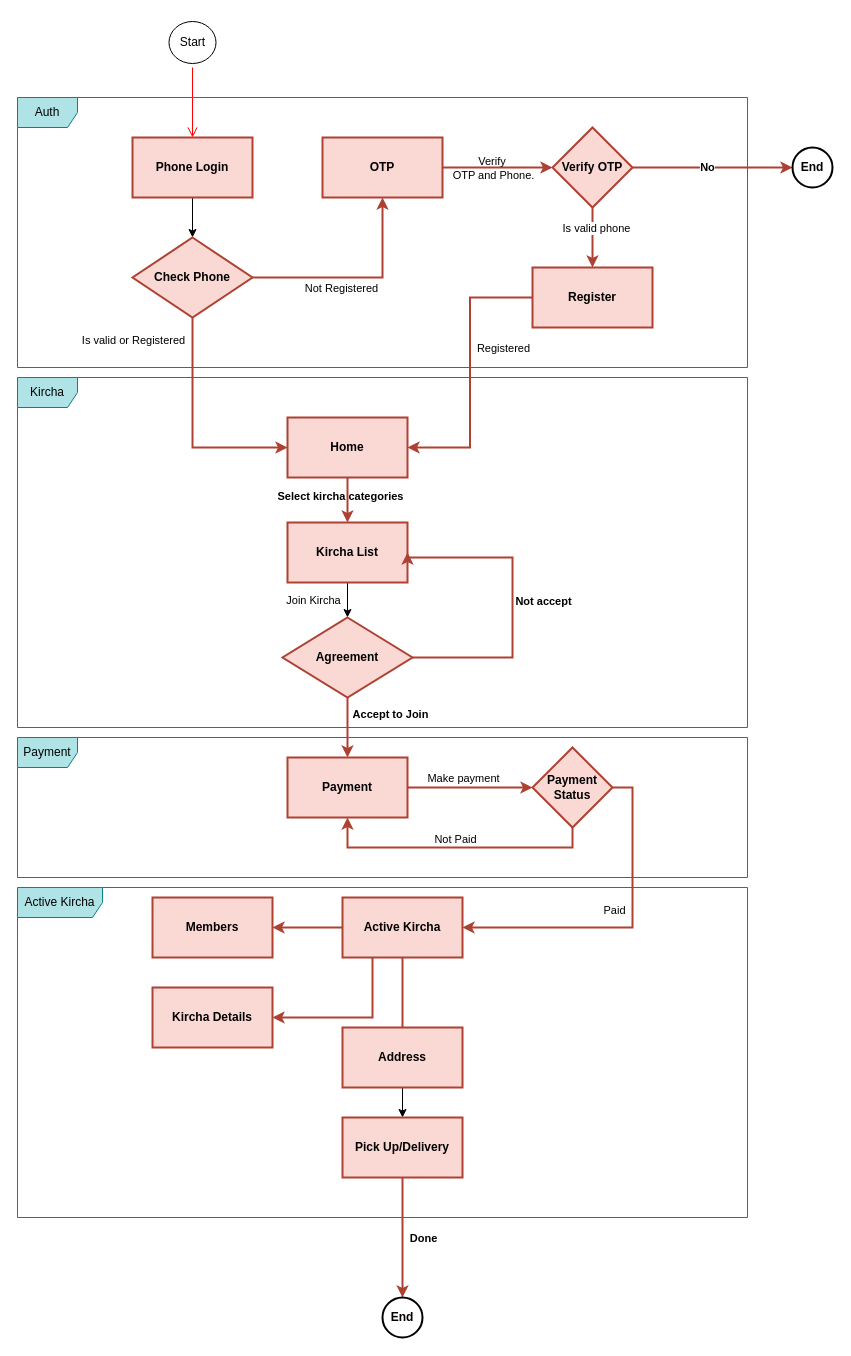
This is page "Dk DFD Model" (5 of 13) of Digital Equb DFD.drawio from fasil712/UML_Diagram_Design, a draw.io file, before an edit. Source tidied: cells renumbered, new cells numbered last; positions are measured from the earlier drawing's top-left corner, leaving out a move shared by most shapes. Both pictures are drawn from the tidied source at 100%, with x=0, y=0 at pixel (17, 17).
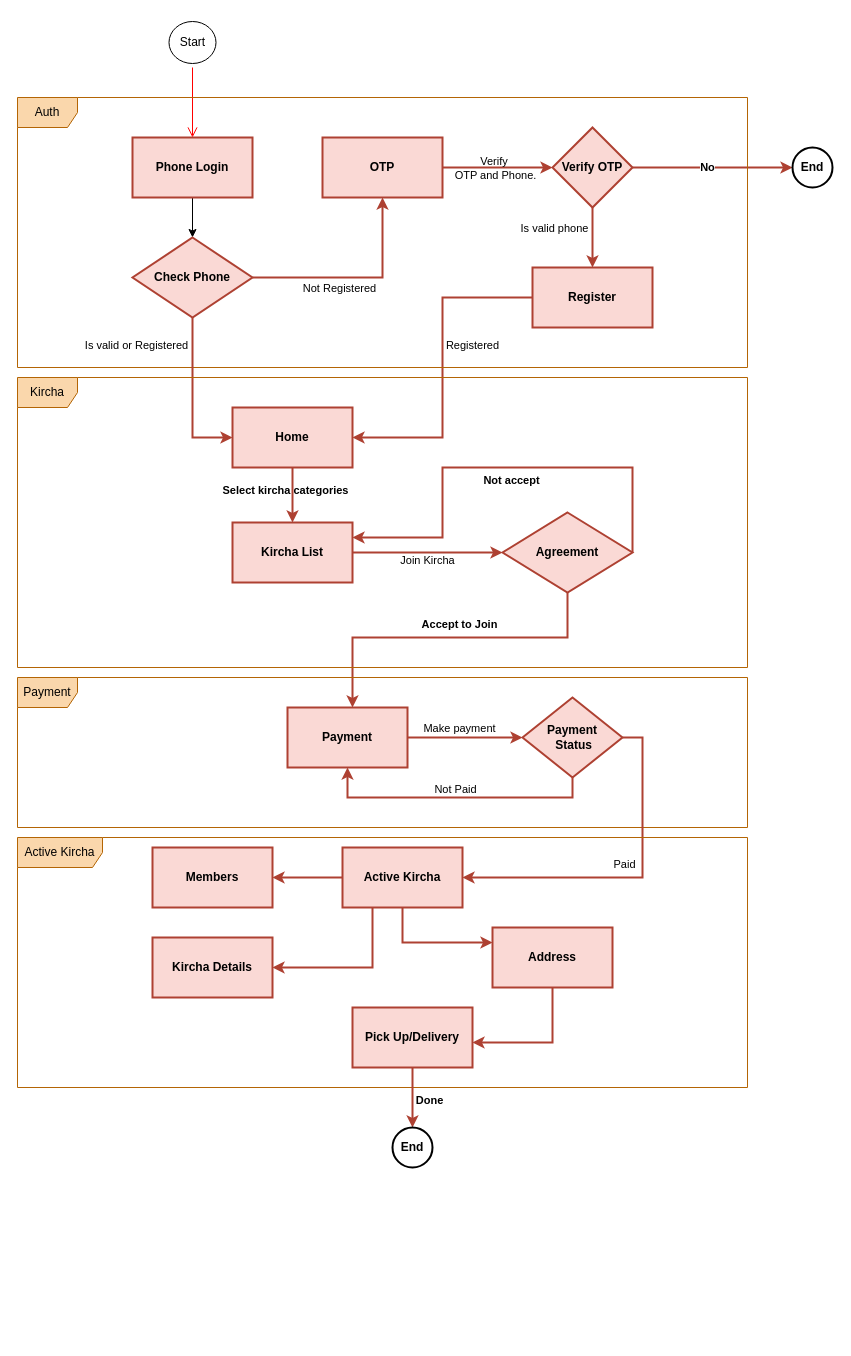
After the change.

The change refers to these unchanged cells:
```xml
<mxCell id="6" style="edgeStyle=orthogonalEdgeStyle;rounded=0;jettySize=auto;html=1;entryX=0.5;entryY=0;entryDx=0;entryDy=0;fillColor=#fad9d5;strokeColor=#ae4132;strokeWidth=2;" parent="1" edge="1" source="8" target="33">
  <mxGeometry relative="1" as="geometry" />
</mxCell>
<mxCell id="31" style="edgeStyle=orthogonalEdgeStyle;rounded=0;jettySize=auto;html=1;entryX=1;entryY=0.5;entryDx=0;entryDy=0;fillColor=#fad9d5;strokeColor=#ae4132;strokeWidth=2;" parent="1" edge="1" source="33" target="12">
  <mxGeometry relative="1" as="geometry" />
</mxCell>
<mxCell id="37" style="edgeStyle=orthogonalEdgeStyle;rounded=0;jettySize=auto;html=1;fillColor=#fad9d5;strokeColor=#ae4132;strokeWidth=2;" parent="1" edge="1" source="39" target="42">
  <mxGeometry relative="1" as="geometry" />
</mxCell>
<mxCell id="39" value="Check Phone" style="rhombus;whiteSpace=wrap;html=1;fillColor=#fad9d5;strokeColor=#ae4132;rounded=0;strokeWidth=2;fontStyle=1;" parent="1" vertex="1">
  <mxGeometry x="115" y="220" width="120" height="80" as="geometry" />
</mxCell>
<mxCell id="40" style="edgeStyle=orthogonalEdgeStyle;rounded=0;jettySize=auto;html=1;entryX=0;entryY=0.5;entryDx=0;entryDy=0;fillColor=#fad9d5;strokeColor=#ae4132;strokeWidth=2;" parent="1" edge="1" source="42" target="8">
  <mxGeometry relative="1" as="geometry" />
</mxCell>
<mxCell id="54" style="edgeStyle=orthogonalEdgeStyle;rounded=0;jettySize=auto;html=1;fillColor=#fad9d5;strokeColor=#ae4132;strokeWidth=2;fontStyle=1;exitX=0.5;exitY=1;exitDx=0;exitDy=0;" parent="1" edge="1" source="57" target="56">
  <mxGeometry relative="1" as="geometry" />
</mxCell>
```

The edit, as a diff of the source:
```diff
@@
-    <mxCell id="7" value="Is valid phone" style="edgeLabel;html=1;align=center;verticalAlign=middle;" parent="6" vertex="1">
-      <mxGeometry x="-0.33" y="3" relative="1" as="geometry" />
+    <mxCell id="7" value="Is valid phone" style="edgeLabel;html=1;align=center;verticalAlign=middle;labelBackgroundColor=none;" parent="6" vertex="1">
+      <mxGeometry x="-0.33" y="3" relative="1" as="geometry">
+        <mxPoint x="-42" as="offset" />
+      </mxGeometry>
     </mxCell>
@@
     <mxCell id="12" value="Home" style="whiteSpace=wrap;html=1;rounded=0;fillColor=#fad9d5;strokeColor=#ae4132;strokeWidth=2;fontStyle=1;" parent="1" vertex="1">
-      <mxGeometry x="270" y="400" width="120" height="60" as="geometry" />
+      <mxGeometry x="215" y="390" width="120" height="60" as="geometry" />
     </mxCell>
-    <mxCell id="13" style="edgeStyle=orthogonalEdgeStyle;rounded=0;jettySize=auto;html=1;fontStyle=1;" parent="1" edge="1" source="15" target="20">
+    <mxCell id="13" style="edgeStyle=orthogonalEdgeStyle;rounded=0;jettySize=auto;html=1;fontStyle=1;entryX=0;entryY=0.5;entryDx=0;entryDy=0;fillColor=#fad9d5;strokeColor=#ae4132;strokeWidth=2;" parent="1" edge="1" source="15" target="20">
       <mxGeometry relative="1" as="geometry" />
     </mxCell>
     <mxCell id="14" value="Join Kircha" style="edgeLabel;html=1;align=center;verticalAlign=middle;labelBackgroundColor=none;" parent="13" vertex="1">
       <mxGeometry x="-0.4" y="-1" relative="1" as="geometry">
-        <mxPoint x="-34" y="3" as="offset" />
+        <mxPoint x="29" y="6" as="offset" />
       </mxGeometry>
     </mxCell>
     <mxCell id="15" value="Kircha List" style="whiteSpace=wrap;html=1;rounded=0;fillColor=#fad9d5;strokeColor=#ae4132;strokeWidth=2;fontStyle=1;" parent="1" vertex="1">
-      <mxGeometry x="270" y="505" width="120" height="60" as="geometry" />
+      <mxGeometry x="215" y="505" width="120" height="60" as="geometry" />
     </mxCell>
-    <mxCell id="16" style="edgeStyle=orthogonalEdgeStyle;rounded=0;jettySize=auto;html=1;fillColor=#fad9d5;strokeColor=#ae4132;strokeWidth=2;fontStyle=1;" parent="1" edge="1" source="20" target="23">
-      <mxGeometry relative="1" as="geometry" />
+    <mxCell id="16" style="edgeStyle=orthogonalEdgeStyle;rounded=0;orthogonalLoop=1;jettySize=auto;html=1;fillColor=#fad9d5;strokeColor=#ae4132;strokeWidth=2;fontStyle=1;" parent="1" edge="1">
+      <mxGeometry relative="1" as="geometry">
+        <mxPoint x="550" y="570" as="sourcePoint" />
+        <mxPoint x="335" y="690" as="targetPoint" />
+        <Array as="points">
+          <mxPoint x="550" y="620" />
+          <mxPoint x="335" y="620" />
+        </Array>
+      </mxGeometry>
     </mxCell>
     <mxCell id="17" value="Accept to Join" style="edgeLabel;html=1;align=center;verticalAlign=middle;fontStyle=1;labelBackgroundColor=none;" parent="16" vertex="1">
       <mxGeometry x="-0.14" relative="1" as="geometry">
-        <mxPoint x="42" y="-10" as="offset" />
+        <mxPoint x="-15" y="-14" as="offset" />
       </mxGeometry>
     </mxCell>
-    <mxCell id="18" style="edgeStyle=orthogonalEdgeStyle;rounded=0;jettySize=auto;html=1;entryX=1;entryY=0.5;entryDx=0;entryDy=0;exitX=1;exitY=0.5;exitDx=0;exitDy=0;fillColor=#fad9d5;strokeColor=#ae4132;strokeWidth=2;fontStyle=1;" parent="1" edge="1" source="20" target="15">
+    <mxCell id="18" style="edgeStyle=orthogonalEdgeStyle;rounded=0;jettySize=auto;html=1;exitX=1;exitY=0.5;exitDx=0;exitDy=0;fillColor=#fad9d5;strokeColor=#ae4132;strokeWidth=2;fontStyle=1;entryX=1;entryY=0.25;entryDx=0;entryDy=0;" parent="1" edge="1" source="20" target="15">
       <mxGeometry relative="1" as="geometry">
         <Array as="points">
-          <mxPoint x="495" y="640" />
-          <mxPoint x="495" y="540" />
+          <mxPoint x="615" y="450" />
+          <mxPoint x="425" y="450" />
+          <mxPoint x="425" y="520" />
         </Array>
       </mxGeometry>
     </mxCell>
@@
     <mxCell id="20" value="Agreement" style="rhombus;whiteSpace=wrap;html=1;rounded=0;fillColor=#fad9d5;strokeColor=#ae4132;strokeWidth=2;fontStyle=1;" parent="1" vertex="1">
-      <mxGeometry x="265" y="600" width="130" height="80" as="geometry" />
+      <mxGeometry x="485" y="495" width="130" height="80" as="geometry" />
     </mxCell>
@@
     <mxCell id="23" value="Payment" style="whiteSpace=wrap;html=1;rounded=0;fillColor=#fad9d5;strokeColor=#ae4132;strokeWidth=2;fontStyle=1;" parent="1" vertex="1">
-      <mxGeometry x="270" y="740" width="120" height="60" as="geometry" />
+      <mxGeometry x="270" y="690" width="120" height="60" as="geometry" />
     </mxCell>
     <mxCell id="24" value="Members" style="whiteSpace=wrap;html=1;rounded=0;fillColor=#fad9d5;strokeColor=#ae4132;strokeWidth=2;fontStyle=1;" parent="1" vertex="1">
-      <mxGeometry x="135" y="880" width="120" height="60" as="geometry" />
+      <mxGeometry x="135" y="830" width="120" height="60" as="geometry" />
     </mxCell>
@@
     <mxCell id="26" style="edgeStyle=orthogonalEdgeStyle;rounded=0;jettySize=auto;html=1;fillColor=#fad9d5;strokeColor=#ae4132;strokeWidth=2;" parent="1" edge="1" source="28" target="51">
       <mxGeometry relative="1" as="geometry">
         <Array as="points">
-          <mxPoint x="355" y="1000" />
+          <mxPoint x="355" y="950" />
         </Array>
       </mxGeometry>
     </mxCell>
-    <mxCell id="27" style="edgeStyle=orthogonalEdgeStyle;rounded=0;jettySize=auto;html=1;fillColor=#fad9d5;strokeColor=#ae4132;strokeWidth=2;" parent="1" edge="1" source="28">
+    <mxCell id="27" style="edgeStyle=orthogonalEdgeStyle;rounded=0;jettySize=auto;html=1;fillColor=#fad9d5;strokeColor=#ae4132;strokeWidth=2;entryX=0;entryY=0.25;entryDx=0;entryDy=0;" parent="1" edge="1" source="28" target="53">
       <mxGeometry relative="1" as="geometry">
-        <mxPoint x="385" y="1050" as="targetPoint" />
+        <Array as="points">
+          <mxPoint x="385" y="925" />
+        </Array>
       </mxGeometry>
     </mxCell>
     <mxCell id="28" value="Active Kircha" style="whiteSpace=wrap;html=1;rounded=0;fillColor=#fad9d5;strokeColor=#ae4132;strokeWidth=2;fontStyle=1;" parent="1" vertex="1">
-      <mxGeometry x="325" y="880" width="120" height="60" as="geometry" />
+      <mxGeometry x="325" y="830" width="120" height="60" as="geometry" />
     </mxCell>
@@
     <mxCell id="32" value="Registered" style="edgeLabel;html=1;align=center;verticalAlign=middle;" parent="31" vertex="1">
       <mxGeometry y="2" relative="1" as="geometry">
-        <mxPoint x="31" y="-25" as="offset" />
+        <mxPoint x="27" y="-23" as="offset" />
       </mxGeometry>
     </mxCell>
@@
-    <mxCell id="34" value="Auth" style="shape=umlFrame;whiteSpace=wrap;html=1;fillColor=#b0e3e6;strokeColor=#0e8088;" parent="1" vertex="1">
+    <mxCell id="34" value="Auth" style="shape=umlFrame;whiteSpace=wrap;html=1;fillColor=#fad7ac;strokeColor=#b46504;" parent="1" vertex="1">
       <mxGeometry y="80" width="730" height="270" as="geometry" />
     </mxCell>
     <mxCell id="35" style="edgeStyle=orthogonalEdgeStyle;rounded=0;jettySize=auto;html=1;fillColor=#fad9d5;strokeColor=#ae4132;strokeWidth=2;" parent="1" edge="1" source="39" target="12">
       <mxGeometry relative="1" as="geometry">
         <Array as="points">
-          <mxPoint x="175" y="430" />
+          <mxPoint x="175" y="420" />
         </Array>
       </mxGeometry>
     </mxCell>
     <mxCell id="36" value="Is valid or Registered" style="edgeLabel;html=1;align=center;verticalAlign=middle;labelBackgroundColor=none;" parent="35" vertex="1">
       <mxGeometry x="-0.21" y="-1" relative="1" as="geometry">
-        <mxPoint x="-59" y="-67" as="offset" />
+        <mxPoint x="-56" y="-36" as="offset" />
       </mxGeometry>
     </mxCell>
@@
     <mxCell id="38" value="Not Registered" style="edgeLabel;html=1;align=center;verticalAlign=middle;labelBackgroundColor=none;" parent="37" vertex="1">
       <mxGeometry x="-0.16" relative="1" as="geometry">
-        <mxPoint y="10" as="offset" />
+        <mxPoint x="-2" y="10" as="offset" />
       </mxGeometry>
     </mxCell>
@@
     <mxCell id="41" value="&lt;span style=&quot;&quot;&gt;Verify&amp;nbsp;&lt;/span&gt;&lt;div style=&quot;&quot;&gt;OTP and Phone.&lt;/div&gt;" style="edgeLabel;html=1;align=center;verticalAlign=middle;labelBackgroundColor=none;" parent="40" vertex="1">
       <mxGeometry x="0.02" y="-1" relative="1" as="geometry">
-        <mxPoint x="-6" y="-1" as="offset" />
+        <mxPoint x="-4" y="-1" as="offset" />
       </mxGeometry>
     </mxCell>
@@
-    <mxCell id="43" value="Kircha" style="shape=umlFrame;whiteSpace=wrap;html=1;fillColor=#b0e3e6;strokeColor=#0e8088;" parent="1" vertex="1">
-      <mxGeometry y="360" width="730" height="350" as="geometry" />
+    <mxCell id="43" value="Kircha" style="shape=umlFrame;whiteSpace=wrap;html=1;fillColor=#fad7ac;strokeColor=#b46504;" parent="1" vertex="1">
+      <mxGeometry y="360" width="730" height="290" as="geometry" />
     </mxCell>
-    <mxCell id="44" value="Payment" style="shape=umlFrame;whiteSpace=wrap;html=1;fillColor=#b0e3e6;strokeColor=#0e8088;" parent="1" vertex="1">
-      <mxGeometry y="720" width="730" height="140" as="geometry" />
+    <mxCell id="44" value="Payment" style="shape=umlFrame;whiteSpace=wrap;html=1;fillColor=#fad7ac;strokeColor=#b46504;" parent="1" vertex="1">
+      <mxGeometry y="660" width="730" height="150" as="geometry" />
     </mxCell>
     <mxCell id="45" style="edgeStyle=orthogonalEdgeStyle;rounded=0;jettySize=auto;html=1;entryX=0.5;entryY=1;entryDx=0;entryDy=0;fillColor=#fad9d5;strokeColor=#ae4132;strokeWidth=2;" parent="1" edge="1" source="49" target="23">
       <mxGeometry relative="1" as="geometry">
         <Array as="points">
-          <mxPoint x="555" y="830" />
-          <mxPoint x="330" y="830" />
+          <mxPoint x="555" y="780" />
+          <mxPoint x="330" y="780" />
         </Array>
       </mxGeometry>
     </mxCell>
@@
-    <mxCell id="49" value="Payment Status" style="rhombus;whiteSpace=wrap;html=1;fillColor=#fad9d5;strokeColor=#ae4132;rounded=0;strokeWidth=2;fontStyle=1;" parent="1" vertex="1">
-      <mxGeometry x="515" y="730" width="80" height="80" as="geometry" />
+    <mxCell id="49" value="Payment&lt;div&gt;&amp;nbsp;Status&lt;/div&gt;" style="rhombus;whiteSpace=wrap;html=1;fillColor=#fad9d5;strokeColor=#ae4132;rounded=0;strokeWidth=2;fontStyle=1;" parent="1" vertex="1">
+      <mxGeometry x="505" y="680" width="100" height="80" as="geometry" />
     </mxCell>
-    <mxCell id="50" value="Active Kircha" style="shape=umlFrame;whiteSpace=wrap;html=1;fillColor=#b0e3e6;strokeColor=#0e8088;width=85;height=30;" parent="1" vertex="1">
-      <mxGeometry y="870" width="730" height="330" as="geometry" />
+    <mxCell id="50" value="Active Kircha" style="shape=umlFrame;whiteSpace=wrap;html=1;fillColor=#fad7ac;strokeColor=#b46504;width=85;height=30;" parent="1" vertex="1">
+      <mxGeometry y="820" width="730" height="250" as="geometry" />
     </mxCell>
     <mxCell id="51" value="Kircha Details" style="whiteSpace=wrap;html=1;rounded=0;fillColor=#fad9d5;strokeColor=#ae4132;strokeWidth=2;fontStyle=1;" parent="1" vertex="1">
-      <mxGeometry x="135" y="970" width="120" height="60" as="geometry" />
+      <mxGeometry x="135" y="920" width="120" height="60" as="geometry" />
     </mxCell>
-    <mxCell id="52" style="edgeStyle=orthogonalEdgeStyle;rounded=0;jettySize=auto;html=1;" parent="1" edge="1" source="53" target="57">
-      <mxGeometry relative="1" as="geometry" />
-    </mxCell>
     <mxCell id="53" value="Address" style="whiteSpace=wrap;html=1;fillColor=#fad9d5;strokeColor=#ae4132;rounded=0;strokeWidth=2;fontStyle=1;" parent="1" vertex="1">
-      <mxGeometry x="325" y="1010" width="120" height="60" as="geometry" />
+      <mxGeometry x="475" y="910" width="120" height="60" as="geometry" />
     </mxCell>
@@
     <mxCell id="55" value="Done" style="edgeLabel;html=1;align=center;verticalAlign=middle;fontStyle=1;" parent="54" vertex="1">
       <mxGeometry x="-0.07" y="1" relative="1" as="geometry">
-        <mxPoint x="19" y="4" as="offset" />
+        <mxPoint x="15" y="4" as="offset" />
       </mxGeometry>
     </mxCell>
     <mxCell id="56" value="End" style="ellipse;whiteSpace=wrap;html=1;strokeWidth=2;fontStyle=1;" parent="1" vertex="1">
-      <mxGeometry x="365" y="1280" width="40" height="40" as="geometry" />
+      <mxGeometry x="375" y="1110" width="40" height="40" as="geometry" />
     </mxCell>
     <mxCell id="57" value="Pick Up/Delivery" style="whiteSpace=wrap;html=1;fillColor=#fad9d5;strokeColor=#ae4132;rounded=0;strokeWidth=2;fontStyle=1;" parent="1" vertex="1">
-      <mxGeometry x="325" y="1100" width="120" height="60" as="geometry" />
+      <mxGeometry x="335" y="990" width="120" height="60" as="geometry" />
     </mxCell>
+    <mxCell id="52" style="edgeStyle=orthogonalEdgeStyle;rounded=0;jettySize=auto;html=1;fillColor=#fad9d5;strokeColor=#ae4132;strokeWidth=2;exitX=0.5;exitY=1;exitDx=0;exitDy=0;" parent="1" edge="1" source="53" target="57">
+      <mxGeometry relative="1" as="geometry">
+        <Array as="points">
+          <mxPoint x="535" y="1025" />
+        </Array>
+      </mxGeometry>
+    </mxCell>
```
